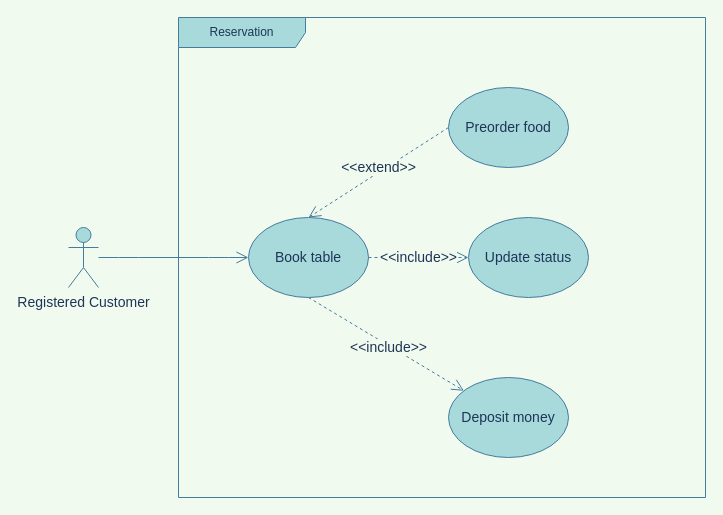
This is requirements/use cases/reservation.drawio from thanhtoan1742/OWCA_POS, a draw.io file, before an edit. Source tidied: cells renumbered, new cells numbered last; positions are measured from the earlier drawing's top-left corner, leaving out a move shared by most shapes. Both pictures are drawn from the tidied source at 100%, with x=0, y=0 at pixel (68, 17).
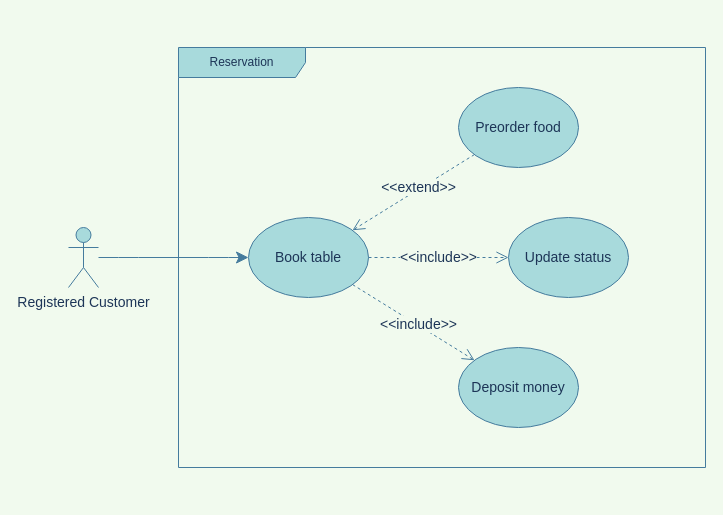
The same page after the edit.

Change to the diagram source:
```diff
@@
 <mxGraphModel background="#F1FAEE">
   <root>
     <mxCell id="0" />
     <mxCell id="1" parent="0" />
+    <mxCell id="11" value="Reservation" style="shape=umlFrame;whiteSpace=wrap;html=1;rounded=0;sketch=0;width=127;height=30;fillColor=#A8DADC;strokeColor=#457B9D;fontColor=#1D3557;" parent="1" vertex="1">
+      <mxGeometry x="110" y="30" width="527" height="420" as="geometry" />
+    </mxCell>
-    <mxCell id="2" value="&amp;lt;&amp;lt;extend&amp;gt;&amp;gt;" style="rounded=1;sketch=0;jettySize=auto;html=1;fontSize=14;endArrow=open;endFill=0;endSize=10;dashed=1;entryX=0.5;entryY=0;entryDx=0;entryDy=0;exitX=0;exitY=0.5;exitDx=0;exitDy=0;labelBackgroundColor=#F1FAEE;strokeColor=#457B9D;fontColor=#1D3557;" parent="1" edge="1" source="3" target="6">
-      <mxGeometry x="-0.03" y="-4" relative="1" as="geometry" />
+    <mxCell id="2" value="&amp;lt;&amp;lt;extend&amp;gt;&amp;gt;" style="rounded=1;sketch=0;jettySize=auto;html=1;fontSize=14;endArrow=open;endFill=0;endSize=10;dashed=1;labelBackgroundColor=#F1FAEE;strokeColor=#457B9D;fontColor=#1D3557;" parent="1" edge="1" source="3" target="6">
+      <mxGeometry x="-0.1" y="-2" relative="1" as="geometry" />
     </mxCell>
     <mxCell id="3" value="Preorder food" style="ellipse;whiteSpace=wrap;html=1;fontSize=14;fillColor=#A8DADC;strokeColor=#457B9D;fontColor=#1D3557;" parent="1" vertex="1">
-      <mxGeometry x="380" y="70" width="120" height="80" as="geometry" />
+      <mxGeometry x="390" y="70" width="120" height="80" as="geometry" />
     </mxCell>
-    <mxCell id="4" style="edgeStyle=entityRelationEdgeStyle;rounded=1;sketch=0;jettySize=auto;html=1;fontSize=14;endSize=10;entryX=0;entryY=0.5;entryDx=0;entryDy=0;endArrow=open;endFill=0;labelBackgroundColor=#F1FAEE;strokeColor=#457B9D;fontColor=#1D3557;" parent="1" edge="1" source="5" target="6">
+    <mxCell id="4" style="edgeStyle=entityRelationEdgeStyle;rounded=1;sketch=0;jettySize=auto;html=1;fontSize=14;endSize=10;endArrow=classic;endFill=1;labelBackgroundColor=#F1FAEE;strokeColor=#457B9D;fontColor=#1D3557;" parent="1" edge="1" source="5" target="6">
       <mxGeometry relative="1" as="geometry" />
     </mxCell>
     <mxCell id="5" value="Registered&amp;nbsp;Customer" style="shape=umlActor;verticalLabelPosition=bottom;verticalAlign=top;html=1;rounded=0;sketch=0;fontSize=14;fillColor=#A8DADC;strokeColor=#457B9D;fontColor=#1D3557;" parent="1" vertex="1">
       <mxGeometry y="210" width="30" height="60" as="geometry" />
     </mxCell>
     <mxCell id="6" value="Book table" style="ellipse;whiteSpace=wrap;html=1;fontSize=14;fillColor=#A8DADC;strokeColor=#457B9D;fontColor=#1D3557;" parent="1" vertex="1">
       <mxGeometry x="180" y="200" width="120" height="80" as="geometry" />
     </mxCell>
-    <mxCell id="7" value="&amp;lt;&amp;lt;include&amp;gt;&amp;gt;" style="rounded=1;sketch=0;jettySize=auto;html=1;fontSize=14;endArrow=open;endFill=0;endSize=10;dashed=1;exitX=0.5;exitY=1;exitDx=0;exitDy=0;labelBackgroundColor=#F1FAEE;strokeColor=#457B9D;fontColor=#1D3557;" parent="1" edge="1" source="6" target="8">
-      <mxGeometry x="0.04" y="-2" relative="1" as="geometry" />
+    <mxCell id="7" value="&amp;lt;&amp;lt;include&amp;gt;&amp;gt;" style="rounded=1;sketch=0;jettySize=auto;html=1;fontSize=14;endArrow=open;endFill=0;endSize=10;dashed=1;labelBackgroundColor=#F1FAEE;strokeColor=#457B9D;fontColor=#1D3557;" parent="1" edge="1" source="6" target="8">
+      <mxGeometry x="0.08" y="1" relative="1" as="geometry" />
     </mxCell>
     <mxCell id="8" value="Deposit money" style="ellipse;whiteSpace=wrap;html=1;fontSize=14;fillColor=#A8DADC;strokeColor=#457B9D;fontColor=#1D3557;" parent="1" vertex="1">
-      <mxGeometry x="380" y="360" width="120" height="80" as="geometry" />
+      <mxGeometry x="390" y="330" width="120" height="80" as="geometry" />
     </mxCell>
-    <mxCell id="9" value="&amp;lt;&amp;lt;include&amp;gt;&amp;gt;" style="rounded=1;sketch=0;jettySize=auto;html=1;fontSize=14;endArrow=open;endFill=0;endSize=10;dashed=1;entryX=0;entryY=0.5;entryDx=0;entryDy=0;exitX=1;exitY=0.5;exitDx=0;exitDy=0;labelBackgroundColor=#F1FAEE;strokeColor=#457B9D;fontColor=#1D3557;" parent="1" edge="1" source="6" target="10">
+    <mxCell id="9" value="&amp;lt;&amp;lt;include&amp;gt;&amp;gt;" style="rounded=1;sketch=0;jettySize=auto;html=1;fontSize=14;endArrow=open;endFill=0;endSize=10;dashed=1;labelBackgroundColor=#F1FAEE;strokeColor=#457B9D;fontColor=#1D3557;" parent="1" edge="1" source="6" target="10">
       <mxGeometry relative="1" as="geometry" />
     </mxCell>
     <mxCell id="10" value="Update status" style="ellipse;whiteSpace=wrap;html=1;fontSize=14;fillColor=#A8DADC;strokeColor=#457B9D;fontColor=#1D3557;" parent="1" vertex="1">
-      <mxGeometry x="400" y="200" width="120" height="80" as="geometry" />
+      <mxGeometry x="440" y="200" width="120" height="80" as="geometry" />
     </mxCell>
-    <mxCell id="11" value="Reservation" style="shape=umlFrame;whiteSpace=wrap;html=1;rounded=0;sketch=0;width=127;height=30;fillColor=#A8DADC;strokeColor=#457B9D;fontColor=#1D3557;" parent="1" vertex="1">
-      <mxGeometry x="110" width="527" height="480" as="geometry" />
-    </mxCell>
   </root>
 </mxGraphModel>
```
